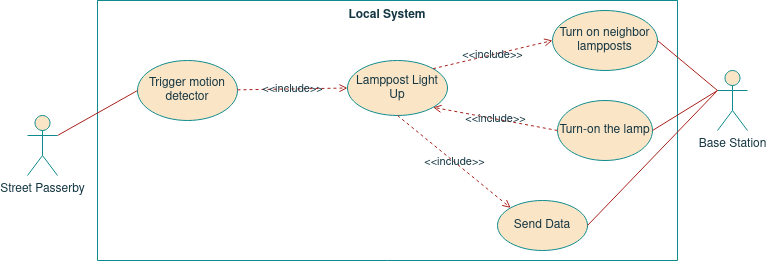
ESRGgroup9/slipad keeps this draw.io diagram as project/report/images/04local_system/LS_UseCase.png. Above is the earlier version. Source tidied: cells renumbered, new cells last; positions are measured from the earlier drawing's top-left corner, leaving out a move shared by most shapes. Its diagram source:
```xml
<mxGraphModel>
  <root>
    <mxCell id="0" />
    <mxCell id="1" parent="0" />
    <mxCell id="2" value="Local System" style="swimlane;startSize=0;verticalAlign=top;fillColor=#FAE5C7;strokeColor=#0F8B8D;fontColor=#143642;" parent="1" vertex="1">
      <mxGeometry x="70" width="580" height="260" as="geometry" />
    </mxCell>
    <mxCell id="3" value="Send Data" style="ellipse;whiteSpace=wrap;html=1;fillColor=#FAE5C7;strokeColor=#0F8B8D;fontColor=#143642;" parent="2" vertex="1">
      <mxGeometry x="400" y="200" width="90" height="50" as="geometry" />
    </mxCell>
    <mxCell id="4" value="Turn on neighbor lampposts" style="ellipse;whiteSpace=wrap;html=1;fillColor=#FAE5C7;strokeColor=#0F8B8D;fontColor=#143642;" parent="2" vertex="1">
      <mxGeometry x="455" y="10" width="105" height="60" as="geometry" />
    </mxCell>
    <mxCell id="5" value="Turn-on the lamp" style="ellipse;whiteSpace=wrap;html=1;fillColor=#FAE5C7;strokeColor=#0F8B8D;fontColor=#143642;" parent="2" vertex="1">
      <mxGeometry x="460" y="100" width="95" height="60" as="geometry" />
    </mxCell>
    <mxCell id="6" value="Trigger motion detector" style="ellipse;whiteSpace=wrap;html=1;fillColor=#FAE5C7;strokeColor=#0F8B8D;fontColor=#143642;" parent="2" vertex="1">
      <mxGeometry x="40" y="60" width="100" height="60" as="geometry" />
    </mxCell>
    <mxCell id="7" value="&amp;lt;&amp;lt;include&amp;gt;&amp;gt;" style="edgeStyle=none;rounded=0;jettySize=auto;html=1;entryX=0;entryY=0.5;entryDx=0;entryDy=0;dashed=1;endArrow=open;endFill=0;labelBackgroundColor=none;strokeColor=#A8201A;fontColor=#143642;" parent="1" edge="1" source="6" target="8">
      <mxGeometry relative="1" as="geometry" />
    </mxCell>
    <mxCell id="8" value="Lamppost Light Up" style="ellipse;whiteSpace=wrap;html=1;fillColor=#FAE5C7;strokeColor=#0F8B8D;fontColor=#143642;" parent="1" vertex="1">
      <mxGeometry x="320" y="60" width="100" height="55" as="geometry" />
    </mxCell>
    <mxCell id="9" style="edgeStyle=none;rounded=0;jettySize=auto;html=1;exitX=1;exitY=0.3333333333333333;exitDx=0;exitDy=0;exitPerimeter=0;entryX=0;entryY=0.5;entryDx=0;entryDy=0;endArrow=none;endFill=0;labelBackgroundColor=#DAD2D8;strokeColor=#A8201A;fontColor=#143642;" parent="1" edge="1" source="10" target="6">
      <mxGeometry relative="1" as="geometry" />
    </mxCell>
    <mxCell id="10" value="Street Passerby" style="shape=umlActor;verticalLabelPosition=bottom;verticalAlign=top;html=1;outlineConnect=0;fillColor=#FAE5C7;strokeColor=#0F8B8D;fontColor=#143642;" parent="1" vertex="1">
      <mxGeometry y="115" width="30" height="60" as="geometry" />
    </mxCell>
    <mxCell id="11" style="rounded=0;jettySize=auto;html=1;exitX=1;exitY=0.5;exitDx=0;exitDy=0;endArrow=none;endFill=0;labelBackgroundColor=#DAD2D8;strokeColor=#A8201A;fontColor=#143642;" parent="1" edge="1" source="3">
      <mxGeometry relative="1" as="geometry">
        <mxPoint x="690" y="90" as="targetPoint" />
      </mxGeometry>
    </mxCell>
    <mxCell id="12" value="&amp;lt;&amp;lt;include&amp;gt;&amp;gt;" style="edgeStyle=none;rounded=0;jettySize=auto;html=1;entryX=0;entryY=0;entryDx=0;entryDy=0;dashed=1;exitX=0.5;exitY=1;exitDx=0;exitDy=0;endArrow=open;endFill=0;labelBackgroundColor=none;strokeColor=#A8201A;fontColor=#143642;" parent="1" edge="1" source="8" target="3">
      <mxGeometry relative="1" as="geometry" />
    </mxCell>
    <mxCell id="13" value="&amp;lt;&amp;lt;include&amp;gt;&amp;gt;" style="edgeStyle=none;rounded=0;jettySize=auto;html=1;entryX=0;entryY=0.5;entryDx=0;entryDy=0;dashed=1;endArrow=open;endFill=0;exitX=1;exitY=0;exitDx=0;exitDy=0;labelBackgroundColor=none;strokeColor=#A8201A;fontColor=#143642;" parent="1" edge="1" source="8" target="4">
      <mxGeometry relative="1" as="geometry" />
    </mxCell>
    <mxCell id="14" value="Base Station" style="shape=umlActor;verticalLabelPosition=bottom;verticalAlign=top;html=1;outlineConnect=0;fillColor=#FAE5C7;strokeColor=#0F8B8D;fontColor=#143642;" parent="1" vertex="1">
      <mxGeometry x="690" y="70" width="30" height="60" as="geometry" />
    </mxCell>
    <mxCell id="15" style="edgeStyle=none;rounded=0;jettySize=auto;html=1;endArrow=none;endFill=0;labelBackgroundColor=#DAD2D8;strokeColor=#A8201A;fontColor=#143642;exitX=1;exitY=0.5;exitDx=0;exitDy=0;entryX=0;entryY=0.3333333333333333;entryDx=0;entryDy=0;entryPerimeter=0;" parent="1" edge="1" source="5" target="14">
      <mxGeometry relative="1" as="geometry" />
    </mxCell>
    <mxCell id="16" value="&amp;lt;&amp;lt;include&amp;gt;&amp;gt;" style="edgeStyle=none;rounded=0;jettySize=auto;html=1;entryX=1;entryY=1;entryDx=0;entryDy=0;dashed=1;endArrow=open;endFill=0;exitX=0;exitY=0.5;exitDx=0;exitDy=0;labelBackgroundColor=none;strokeColor=#A8201A;fontColor=#143642;" parent="1" edge="1" source="5" target="8">
      <mxGeometry relative="1" as="geometry" />
    </mxCell>
    <mxCell id="17" style="edgeStyle=none;rounded=0;jettySize=auto;html=1;endArrow=none;endFill=0;labelBackgroundColor=#DAD2D8;strokeColor=#A8201A;fontColor=#143642;exitX=1;exitY=0.5;exitDx=0;exitDy=0;" parent="1" edge="1" source="4">
      <mxGeometry relative="1" as="geometry">
        <mxPoint x="690" y="90" as="targetPoint" />
      </mxGeometry>
    </mxCell>
  </root>
</mxGraphModel>
```
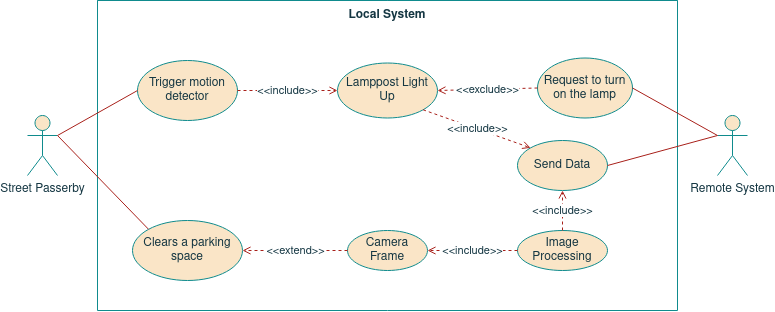
Later version of the same file.

What changed in the source:
```diff
@@ -1,58 +1,66 @@
 <mxGraphModel>
   <root>
-    <mxCell id="0" />
-    <mxCell id="1" parent="0" />
+    <mxCell id="18" />
+    <mxCell id="19" parent="18" />
-    <mxCell id="2" value="Local System" style="swimlane;startSize=0;verticalAlign=top;fillColor=#FAE5C7;strokeColor=#0F8B8D;fontColor=#143642;" parent="1" vertex="1">
-      <mxGeometry x="70" width="580" height="260" as="geometry" />
+    <mxCell id="2" value="Local System" style="swimlane;startSize=0;verticalAlign=top;fillColor=#FAE5C7;strokeColor=#0F8B8D;fontColor=#143642;" parent="19" vertex="1">
+      <mxGeometry x="70" width="580" height="310" as="geometry" />
     </mxCell>
     <mxCell id="3" value="Send Data" style="ellipse;whiteSpace=wrap;html=1;fillColor=#FAE5C7;strokeColor=#0F8B8D;fontColor=#143642;" parent="2" vertex="1">
-      <mxGeometry x="400" y="200" width="90" height="50" as="geometry" />
+      <mxGeometry x="420" y="140" width="90" height="50" as="geometry" />
     </mxCell>
-    <mxCell id="4" value="Turn on neighbor lampposts" style="ellipse;whiteSpace=wrap;html=1;fillColor=#FAE5C7;strokeColor=#0F8B8D;fontColor=#143642;" parent="2" vertex="1">
-      <mxGeometry x="455" y="10" width="105" height="60" as="geometry" />
-    </mxCell>
-    <mxCell id="5" value="Turn-on the lamp" style="ellipse;whiteSpace=wrap;html=1;fillColor=#FAE5C7;strokeColor=#0F8B8D;fontColor=#143642;" parent="2" vertex="1">
-      <mxGeometry x="460" y="100" width="95" height="60" as="geometry" />
-    </mxCell>
+    <mxCell id="20" value="Request to turn on the lamp" style="ellipse;whiteSpace=wrap;html=1;fillColor=#FAE5C7;strokeColor=#0F8B8D;fontColor=#143642;" parent="2" vertex="1">
+      <mxGeometry x="440" y="57.5" width="95" height="60" as="geometry" />
+    </mxCell>
     <mxCell id="6" value="Trigger motion detector" style="ellipse;whiteSpace=wrap;html=1;fillColor=#FAE5C7;strokeColor=#0F8B8D;fontColor=#143642;" parent="2" vertex="1">
       <mxGeometry x="40" y="60" width="100" height="60" as="geometry" />
     </mxCell>
+    <mxCell id="21" value="Camera Frame" style="ellipse;whiteSpace=wrap;html=1;fillColor=#FAE5C7;strokeColor=#0F8B8D;fontColor=#143642;" parent="2" vertex="1">
+      <mxGeometry x="250" y="230" width="80" height="40" as="geometry" />
+    </mxCell>
+    <mxCell id="22" value="Image Processing" style="ellipse;whiteSpace=wrap;html=1;fillColor=#FAE5C7;strokeColor=#0F8B8D;fontColor=#143642;" parent="2" vertex="1">
+      <mxGeometry x="420" y="230" width="90" height="40" as="geometry" />
+    </mxCell>
+    <mxCell id="23" value="&amp;lt;&amp;lt;include&amp;gt;&amp;gt;" style="edgeStyle=none;rounded=0;jettySize=auto;html=1;entryX=1;entryY=0.5;entryDx=0;entryDy=0;dashed=1;exitX=0;exitY=0.5;exitDx=0;exitDy=0;endArrow=open;endFill=0;labelBackgroundColor=default;strokeColor=#A8201A;fontColor=#143642;" parent="2" edge="1" source="22" target="21">
+      <mxGeometry relative="1" as="geometry" />
+    </mxCell>
+    <mxCell id="24" value="&amp;lt;&amp;lt;include&amp;gt;&amp;gt;" style="edgeStyle=none;rounded=0;jettySize=auto;html=1;entryX=0.5;entryY=1;entryDx=0;entryDy=0;dashed=1;exitX=0.5;exitY=0;exitDx=0;exitDy=0;endArrow=open;endFill=0;labelBackgroundColor=default;strokeColor=#A8201A;fontColor=#143642;" parent="2" edge="1" source="22" target="3">
+      <mxGeometry relative="1" as="geometry" />
+    </mxCell>
+    <mxCell id="25" value="Clears a parking space" style="ellipse;whiteSpace=wrap;html=1;fillColor=#FAE5C7;strokeColor=#0F8B8D;fontColor=#143642;" parent="2" vertex="1">
+      <mxGeometry x="35" y="220" width="110" height="60" as="geometry" />
+    </mxCell>
+    <mxCell id="26" value="&amp;lt;&amp;lt;extend&amp;gt;&amp;gt;" style="edgeStyle=none;rounded=0;jettySize=auto;html=1;entryX=1;entryY=0.5;entryDx=0;entryDy=0;dashed=1;exitX=0;exitY=0.5;exitDx=0;exitDy=0;endArrow=open;endFill=0;labelBackgroundColor=default;strokeColor=#A8201A;fontColor=#143642;" parent="2" edge="1" source="21" target="25">
+      <mxGeometry relative="1" as="geometry" />
+    </mxCell>
+    <mxCell id="8" value="Lamppost Light Up" style="ellipse;whiteSpace=wrap;html=1;fillColor=#FAE5C7;strokeColor=#0F8B8D;fontColor=#143642;" parent="2" vertex="1">
+      <mxGeometry x="240" y="62.5" width="100" height="55" as="geometry" />
+    </mxCell>
-    <mxCell id="7" value="&amp;lt;&amp;lt;include&amp;gt;&amp;gt;" style="edgeStyle=none;rounded=0;jettySize=auto;html=1;entryX=0;entryY=0.5;entryDx=0;entryDy=0;dashed=1;endArrow=open;endFill=0;labelBackgroundColor=none;strokeColor=#A8201A;fontColor=#143642;" parent="1" edge="1" source="6" target="8">
+    <mxCell id="7" value="&amp;lt;&amp;lt;include&amp;gt;&amp;gt;" style="edgeStyle=none;rounded=0;jettySize=auto;html=1;entryX=0;entryY=0.5;entryDx=0;entryDy=0;dashed=1;endArrow=open;endFill=0;labelBackgroundColor=default;strokeColor=#A8201A;fontColor=#143642;" parent="2" edge="1" source="6" target="8">
       <mxGeometry relative="1" as="geometry" />
     </mxCell>
-    <mxCell id="8" value="Lamppost Light Up" style="ellipse;whiteSpace=wrap;html=1;fillColor=#FAE5C7;strokeColor=#0F8B8D;fontColor=#143642;" parent="1" vertex="1">
-      <mxGeometry x="320" y="60" width="100" height="55" as="geometry" />
-    </mxCell>
+    <mxCell id="27" value="&amp;lt;&amp;lt;exclude&amp;gt;&amp;gt;" style="edgeStyle=none;rounded=0;jettySize=auto;html=1;entryX=1;entryY=0.5;entryDx=0;entryDy=0;dashed=1;endArrow=open;endFill=0;exitX=0;exitY=0.5;exitDx=0;exitDy=0;labelBackgroundColor=default;strokeColor=#A8201A;fontColor=#143642;" parent="2" edge="1" source="20" target="8">
+      <mxGeometry relative="1" as="geometry" />
+    </mxCell>
+    <mxCell id="12" value="&amp;lt;&amp;lt;include&amp;gt;&amp;gt;" style="edgeStyle=none;rounded=0;jettySize=auto;html=1;entryX=0;entryY=0;entryDx=0;entryDy=0;dashed=1;exitX=1;exitY=1;exitDx=0;exitDy=0;endArrow=open;endFill=0;labelBackgroundColor=default;strokeColor=#A8201A;fontColor=#143642;" parent="2" edge="1" source="8" target="3">
+      <mxGeometry relative="1" as="geometry" />
+    </mxCell>
+    <mxCell id="28" value="Remote System" style="shape=umlActor;verticalLabelPosition=bottom;verticalAlign=top;html=1;outlineConnect=0;fillColor=#FAE5C7;strokeColor=#0F8B8D;fontColor=#143642;" parent="19" vertex="1">
+      <mxGeometry x="690" y="115" width="30" height="60" as="geometry" />
+    </mxCell>
+    <mxCell id="10" value="Street Passerby" style="shape=umlActor;verticalLabelPosition=bottom;verticalAlign=top;html=1;outlineConnect=0;fillColor=#FAE5C7;strokeColor=#0F8B8D;fontColor=#143642;" parent="19" vertex="1">
+      <mxGeometry y="115" width="30" height="60" as="geometry" />
+    </mxCell>
+    <mxCell id="29" style="rounded=0;jettySize=auto;html=1;exitX=1;exitY=0.5;exitDx=0;exitDy=0;endArrow=none;endFill=0;labelBackgroundColor=#DAD2D8;strokeColor=#A8201A;fontColor=#143642;entryX=0;entryY=0.3333333333333333;entryDx=0;entryDy=0;entryPerimeter=0;" parent="19" edge="1" source="3" target="28">
+      <mxGeometry relative="1" as="geometry" />
+    </mxCell>
-    <mxCell id="9" style="edgeStyle=none;rounded=0;jettySize=auto;html=1;exitX=1;exitY=0.3333333333333333;exitDx=0;exitDy=0;exitPerimeter=0;entryX=0;entryY=0.5;entryDx=0;entryDy=0;endArrow=none;endFill=0;labelBackgroundColor=#DAD2D8;strokeColor=#A8201A;fontColor=#143642;" parent="1" edge="1" source="10" target="6">
+    <mxCell id="9" style="edgeStyle=none;rounded=0;jettySize=auto;html=1;exitX=1;exitY=0.3333333333333333;exitDx=0;exitDy=0;entryX=0;entryY=0.5;entryDx=0;entryDy=0;endArrow=none;endFill=0;labelBackgroundColor=#DAD2D8;strokeColor=#A8201A;fontColor=#143642;exitPerimeter=0;" parent="19" edge="1" source="10" target="6">
       <mxGeometry relative="1" as="geometry" />
     </mxCell>
-    <mxCell id="10" value="Street Passerby" style="shape=umlActor;verticalLabelPosition=bottom;verticalAlign=top;html=1;outlineConnect=0;fillColor=#FAE5C7;strokeColor=#0F8B8D;fontColor=#143642;" parent="1" vertex="1">
-      <mxGeometry y="115" width="30" height="60" as="geometry" />
-    </mxCell>
-    <mxCell id="11" style="rounded=0;jettySize=auto;html=1;exitX=1;exitY=0.5;exitDx=0;exitDy=0;endArrow=none;endFill=0;labelBackgroundColor=#DAD2D8;strokeColor=#A8201A;fontColor=#143642;" parent="1" edge="1" source="3">
-      <mxGeometry relative="1" as="geometry">
-        <mxPoint x="690" y="90" as="targetPoint" />
-      </mxGeometry>
-    </mxCell>
-    <mxCell id="12" value="&amp;lt;&amp;lt;include&amp;gt;&amp;gt;" style="edgeStyle=none;rounded=0;jettySize=auto;html=1;entryX=0;entryY=0;entryDx=0;entryDy=0;dashed=1;exitX=0.5;exitY=1;exitDx=0;exitDy=0;endArrow=open;endFill=0;labelBackgroundColor=none;strokeColor=#A8201A;fontColor=#143642;" parent="1" edge="1" source="8" target="3">
-      <mxGeometry relative="1" as="geometry" />
-    </mxCell>
-    <mxCell id="13" value="&amp;lt;&amp;lt;include&amp;gt;&amp;gt;" style="edgeStyle=none;rounded=0;jettySize=auto;html=1;entryX=0;entryY=0.5;entryDx=0;entryDy=0;dashed=1;endArrow=open;endFill=0;exitX=1;exitY=0;exitDx=0;exitDy=0;labelBackgroundColor=none;strokeColor=#A8201A;fontColor=#143642;" parent="1" edge="1" source="8" target="4">
-      <mxGeometry relative="1" as="geometry" />
-    </mxCell>
-    <mxCell id="14" value="Base Station" style="shape=umlActor;verticalLabelPosition=bottom;verticalAlign=top;html=1;outlineConnect=0;fillColor=#FAE5C7;strokeColor=#0F8B8D;fontColor=#143642;" parent="1" vertex="1">
-      <mxGeometry x="690" y="70" width="30" height="60" as="geometry" />
-    </mxCell>
-    <mxCell id="15" style="edgeStyle=none;rounded=0;jettySize=auto;html=1;endArrow=none;endFill=0;labelBackgroundColor=#DAD2D8;strokeColor=#A8201A;fontColor=#143642;exitX=1;exitY=0.5;exitDx=0;exitDy=0;entryX=0;entryY=0.3333333333333333;entryDx=0;entryDy=0;entryPerimeter=0;" parent="1" edge="1" source="5" target="14">
-      <mxGeometry relative="1" as="geometry" />
-    </mxCell>
-    <mxCell id="16" value="&amp;lt;&amp;lt;include&amp;gt;&amp;gt;" style="edgeStyle=none;rounded=0;jettySize=auto;html=1;entryX=1;entryY=1;entryDx=0;entryDy=0;dashed=1;endArrow=open;endFill=0;exitX=0;exitY=0.5;exitDx=0;exitDy=0;labelBackgroundColor=none;strokeColor=#A8201A;fontColor=#143642;" parent="1" edge="1" source="5" target="8">
-      <mxGeometry relative="1" as="geometry" />
-    </mxCell>
-    <mxCell id="17" style="edgeStyle=none;rounded=0;jettySize=auto;html=1;endArrow=none;endFill=0;labelBackgroundColor=#DAD2D8;strokeColor=#A8201A;fontColor=#143642;exitX=1;exitY=0.5;exitDx=0;exitDy=0;" parent="1" edge="1" source="4">
-      <mxGeometry relative="1" as="geometry">
-        <mxPoint x="690" y="90" as="targetPoint" />
-      </mxGeometry>
-    </mxCell>
+    <mxCell id="30" style="edgeStyle=none;rounded=0;jettySize=auto;html=1;exitX=1;exitY=0.3333333333333333;exitDx=0;exitDy=0;entryX=0;entryY=0;entryDx=0;entryDy=0;endArrow=none;endFill=0;labelBackgroundColor=#DAD2D8;strokeColor=#A8201A;fontColor=#143642;exitPerimeter=0;" parent="19" edge="1" source="10" target="25">
+      <mxGeometry relative="1" as="geometry" />
+    </mxCell>
+    <mxCell id="31" style="rounded=0;jettySize=auto;html=1;entryX=1;entryY=0.5;entryDx=0;entryDy=0;endArrow=none;endFill=0;strokeColor=#A8201A;exitX=0;exitY=0.3333333333333333;exitDx=0;exitDy=0;exitPerimeter=0;" parent="19" edge="1" source="28" target="20">
+      <mxGeometry relative="1" as="geometry" />
+    </mxCell>
   </root>
 </mxGraphModel>
```
